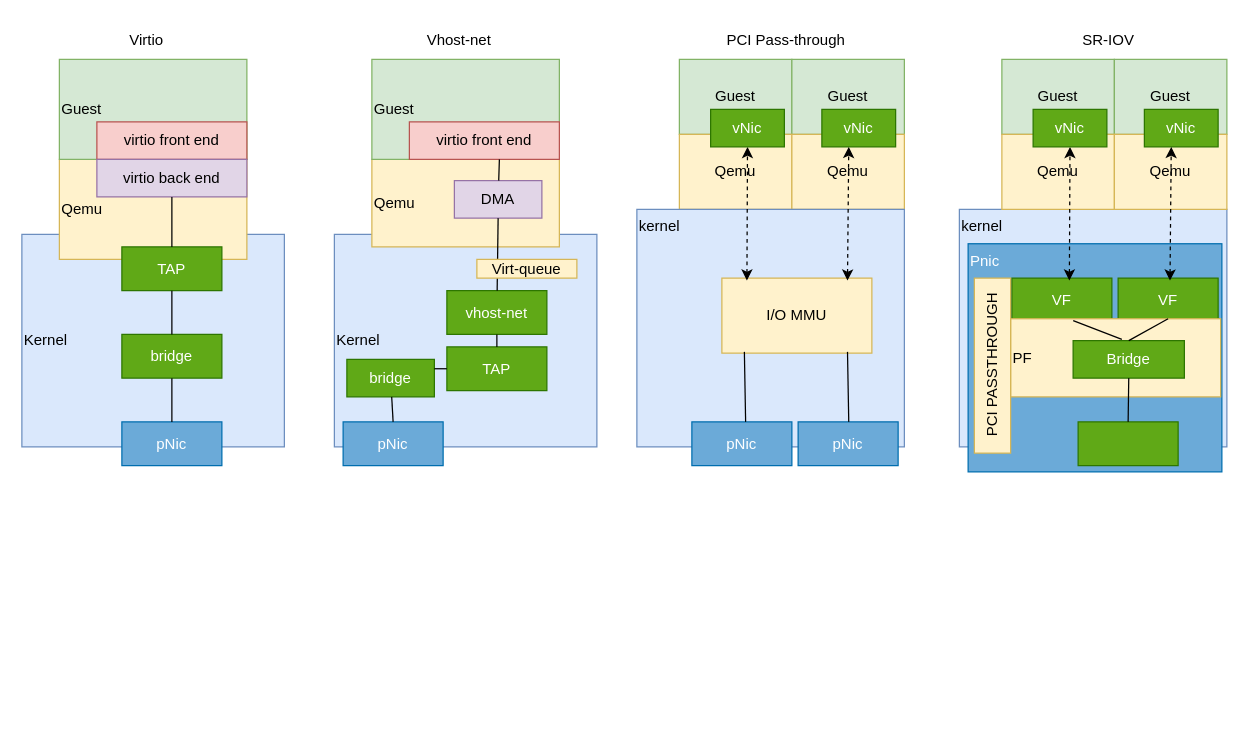
Above: page "第 2 页" (2 of 2) of IP_CT_NAT.drawio in enzoyes/desginsindraw (draw.io), before the change. Source tidied: cells renumbered, new cells numbered last; positions are measured from the earlier drawing's top-left corner, leaving out a move shared by most shapes. Both pictures are drawn from the tidied source at 125%, with x=0, y=0 at pixel (21, 21).
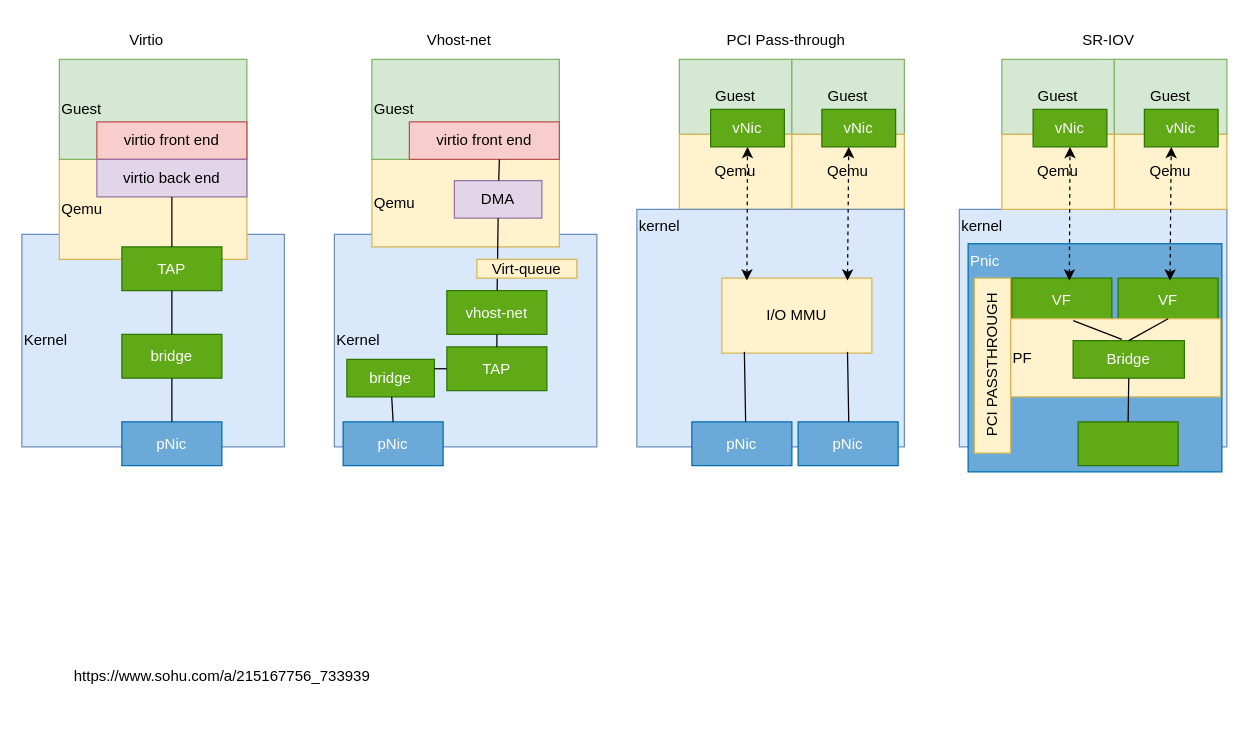
After the change.

Diff of the diagram source:
```diff
@@
+    <mxCell id="65" value="https://www.sohu.com/a/215167756_733939" style="text;whiteSpace=wrap;html=1;" parent="1" vertex="1">
+      <mxGeometry x="40" y="510" width="370" height="40" as="geometry" />
+    </mxCell>
```
